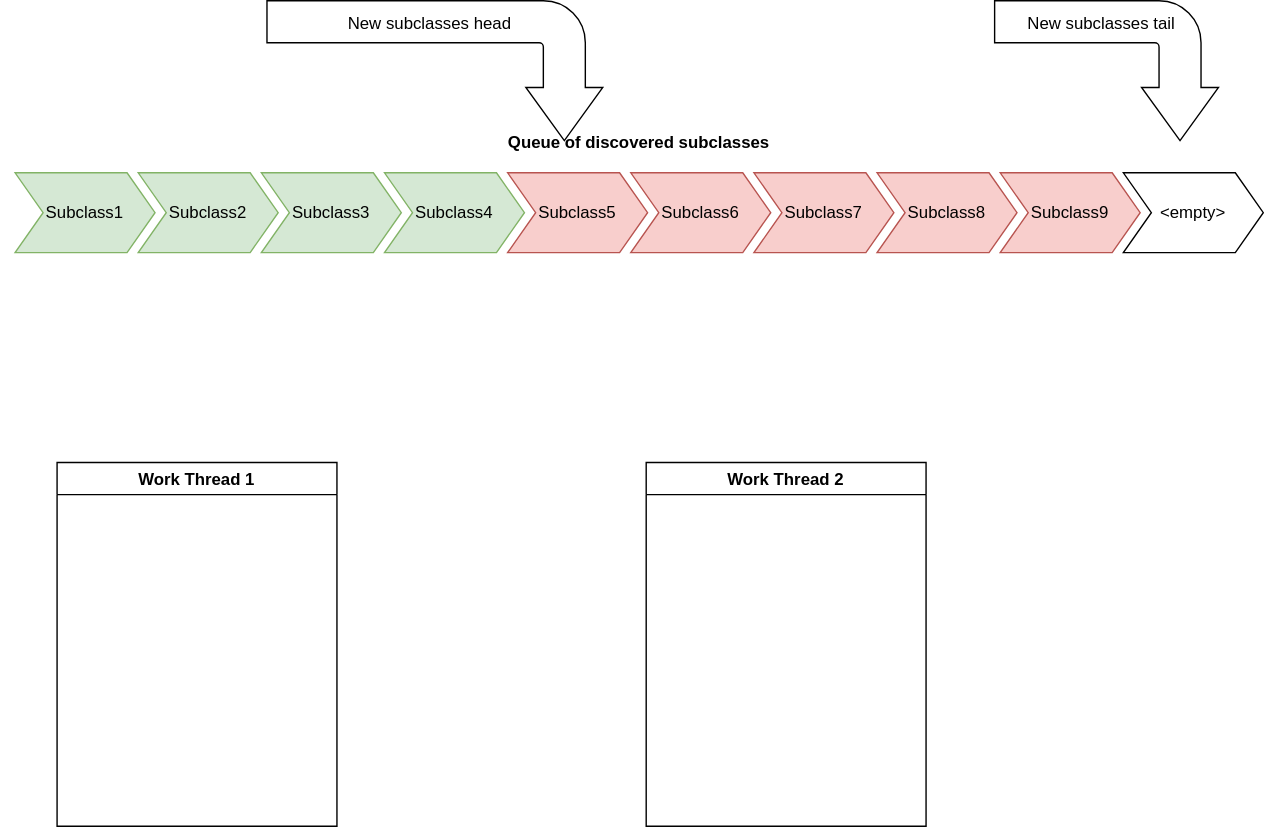
Above: assets/anim/concCollectionStep6.drawio.svg in cdracm/cdracm.github.io (draw.io), before the change. Source tidied: cells renumbered, new cells last; positions are measured from the earlier drawing's top-left corner, leaving out a move shared by most shapes. Source of this version:
```xml
<mxGraphModel>
  <root>
    <mxCell id="0" />
    <mxCell id="1" parent="0" />
    <mxCell id="2" value="Queue of discovered subclasses" style="swimlane;horizontal=1;fillColor=none;strokeColor=none;stackBorder=10;align=center;whiteSpace=wrap;html=1;" parent="1" vertex="1">
      <mxGeometry y="160" width="912" height="100" as="geometry" />
    </mxCell>
    <mxCell id="3" value="Subclass1" style="shape=step;perimeter=stepPerimeter;fixedSize=1;whiteSpace=wrap;html=1;fillColor=#d5e8d4;strokeColor=#82b366;" parent="2" vertex="1">
      <mxGeometry x="10" y="33" width="100" height="57" as="geometry" />
    </mxCell>
    <mxCell id="4" value="Subclass2" style="shape=step;perimeter=stepPerimeter;fixedSize=1;whiteSpace=wrap;html=1;fillColor=#d5e8d4;strokeColor=#82b366;" parent="2" vertex="1">
      <mxGeometry x="98" y="33" width="100" height="57" as="geometry" />
    </mxCell>
    <mxCell id="5" value="Subclass3" style="shape=step;perimeter=stepPerimeter;fixedSize=1;whiteSpace=wrap;html=1;fillColor=#d5e8d4;strokeColor=#82b366;" parent="2" vertex="1">
      <mxGeometry x="186" y="33" width="100" height="57" as="geometry" />
    </mxCell>
    <mxCell id="6" value="Subclass4" style="shape=step;perimeter=stepPerimeter;fixedSize=1;whiteSpace=wrap;html=1;fillColor=#d5e8d4;strokeColor=#82b366;" parent="2" vertex="1">
      <mxGeometry x="274" y="33" width="100" height="57" as="geometry" />
    </mxCell>
    <mxCell id="7" value="Subclass5" style="shape=step;perimeter=stepPerimeter;fixedSize=1;whiteSpace=wrap;html=1;fillColor=#f8cecc;strokeColor=#b85450;" parent="2" vertex="1">
      <mxGeometry x="362" y="33" width="100" height="57" as="geometry" />
    </mxCell>
    <mxCell id="8" value="Subclass6" style="shape=step;perimeter=stepPerimeter;fixedSize=1;whiteSpace=wrap;html=1;fillColor=#f8cecc;strokeColor=#b85450;" parent="2" vertex="1">
      <mxGeometry x="450" y="33" width="100" height="57" as="geometry" />
    </mxCell>
    <mxCell id="9" value="Subclass7" style="shape=step;perimeter=stepPerimeter;fixedSize=1;whiteSpace=wrap;html=1;fillColor=#f8cecc;strokeColor=#b85450;" parent="2" vertex="1">
      <mxGeometry x="538" y="33" width="100" height="57" as="geometry" />
    </mxCell>
    <mxCell id="10" value="Subclass8" style="shape=step;perimeter=stepPerimeter;fixedSize=1;whiteSpace=wrap;html=1;fillColor=#f8cecc;strokeColor=#b85450;" parent="2" vertex="1">
      <mxGeometry x="626" y="33" width="100" height="57" as="geometry" />
    </mxCell>
    <mxCell id="11" value="Subclass9" style="shape=step;perimeter=stepPerimeter;fixedSize=1;whiteSpace=wrap;html=1;fillColor=#f8cecc;strokeColor=#b85450;" parent="2" vertex="1">
      <mxGeometry x="714" y="33" width="100" height="57" as="geometry" />
    </mxCell>
    <mxCell id="12" value="&amp;lt;empty&amp;gt;" style="shape=step;perimeter=stepPerimeter;fixedSize=1;whiteSpace=wrap;html=1;" parent="2" vertex="1">
      <mxGeometry x="802" y="33" width="100" height="57" as="geometry" />
    </mxCell>
    <mxCell id="13" value="New subclasses head" style="html=1;shadow=0;dashed=0;align=center;verticalAlign=middle;shape=mxgraph.arrows2.bendArrow;dy=15;dx=38;notch=0;arrowHead=55;rounded=1;rotation=90;horizontal=0;spacingRight=9;spacingBottom=66;" parent="1" vertex="1">
      <mxGeometry x="260" width="100" height="240" as="geometry" />
    </mxCell>
    <mxCell id="14" value="New subclasses tail" style="html=1;shadow=0;dashed=0;align=center;verticalAlign=middle;shape=mxgraph.arrows2.bendArrow;dy=15;dx=38;notch=0;arrowHead=55;rounded=1;rotation=90;horizontal=0;spacingRight=9;spacingBottom=66;flipH=0;flipV=0;" parent="1" vertex="1">
      <mxGeometry x="740" y="40" width="100" height="160" as="geometry" />
    </mxCell>
    <mxCell id="15" value="Work Thread 1" style="swimlane;" parent="1" vertex="1">
      <mxGeometry x="40" y="400" width="200" height="260" as="geometry" />
    </mxCell>
    <mxCell id="16" value="Work Thread 2" style="swimlane;" parent="1" vertex="1">
      <mxGeometry x="461" y="400" width="200" height="260" as="geometry" />
    </mxCell>
  </root>
</mxGraphModel>
```
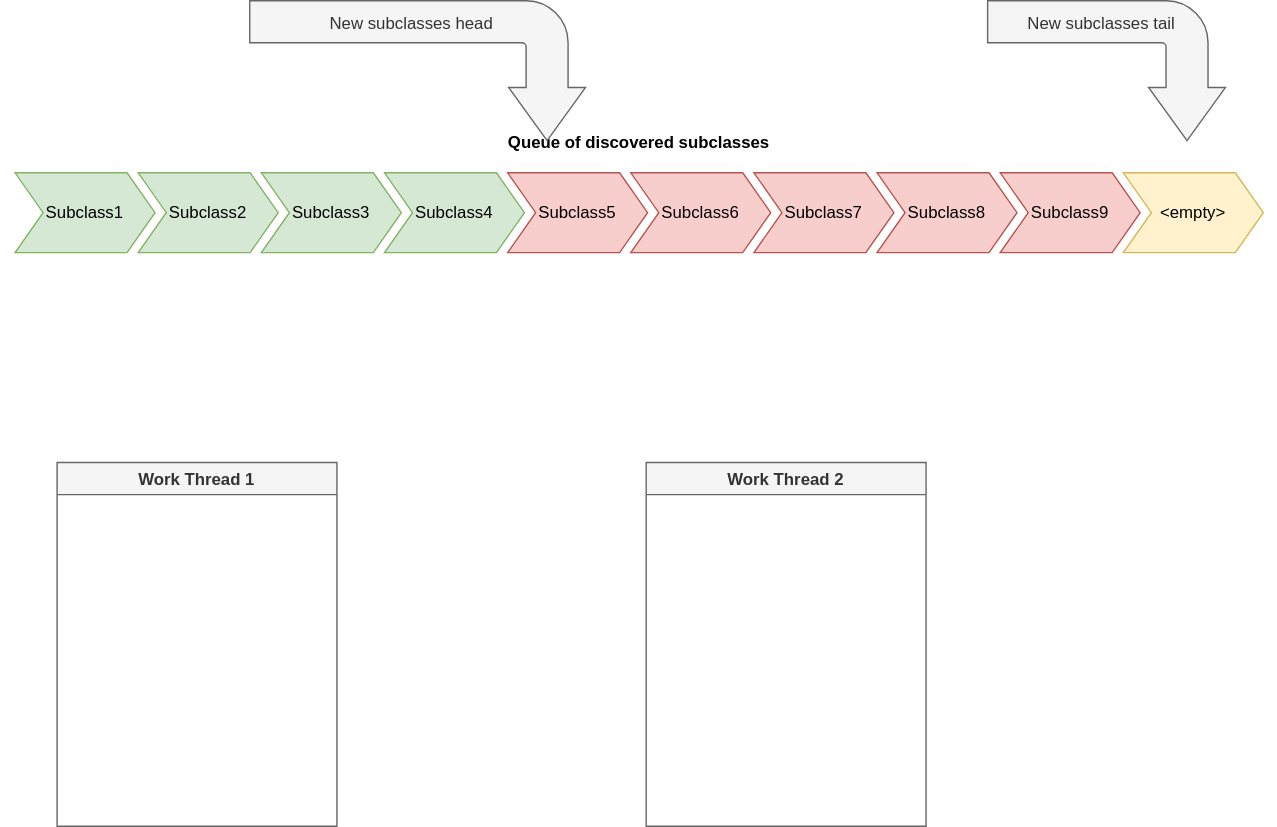
After the change.

Diff of the diagram source:
```diff
@@ -2,49 +2,49 @@
   <root>
     <mxCell id="0" />
     <mxCell id="1" parent="0" />
-    <mxCell id="2" value="Queue of discovered subclasses" style="swimlane;horizontal=1;fillColor=none;strokeColor=none;stackBorder=10;align=center;whiteSpace=wrap;html=1;" parent="1" vertex="1">
+    <mxCell id="2" value="Queue of discovered subclasses" style="swimlane;horizontal=1;fillColor=none;strokeColor=none;stackBorder=10;align=center;whiteSpace=wrap;html=1;labelBackgroundColor=default;spacingBottom=0;labelPosition=center;verticalLabelPosition=middle;verticalAlign=middle;" parent="1" vertex="1">
       <mxGeometry y="160" width="912" height="100" as="geometry" />
     </mxCell>
-    <mxCell id="3" value="Subclass1" style="shape=step;perimeter=stepPerimeter;fixedSize=1;whiteSpace=wrap;html=1;fillColor=#d5e8d4;strokeColor=#82b366;" parent="2" vertex="1">
+    <mxCell id="3" value="Subclass1" style="shape=step;perimeter=stepPerimeter;fixedSize=1;whiteSpace=wrap;html=1;fillColor=#d5e8d4;strokeColor=#82b366;labelBackgroundColor=none;" parent="2" vertex="1">
       <mxGeometry x="10" y="33" width="100" height="57" as="geometry" />
     </mxCell>
-    <mxCell id="4" value="Subclass2" style="shape=step;perimeter=stepPerimeter;fixedSize=1;whiteSpace=wrap;html=1;fillColor=#d5e8d4;strokeColor=#82b366;" parent="2" vertex="1">
+    <mxCell id="4" value="Subclass2" style="shape=step;perimeter=stepPerimeter;fixedSize=1;whiteSpace=wrap;html=1;fillColor=#d5e8d4;strokeColor=#82b366;labelBackgroundColor=none;" parent="2" vertex="1">
       <mxGeometry x="98" y="33" width="100" height="57" as="geometry" />
     </mxCell>
-    <mxCell id="5" value="Subclass3" style="shape=step;perimeter=stepPerimeter;fixedSize=1;whiteSpace=wrap;html=1;fillColor=#d5e8d4;strokeColor=#82b366;" parent="2" vertex="1">
+    <mxCell id="5" value="Subclass3" style="shape=step;perimeter=stepPerimeter;fixedSize=1;whiteSpace=wrap;html=1;fillColor=#d5e8d4;strokeColor=#82b366;labelBackgroundColor=none;" parent="2" vertex="1">
       <mxGeometry x="186" y="33" width="100" height="57" as="geometry" />
     </mxCell>
-    <mxCell id="6" value="Subclass4" style="shape=step;perimeter=stepPerimeter;fixedSize=1;whiteSpace=wrap;html=1;fillColor=#d5e8d4;strokeColor=#82b366;" parent="2" vertex="1">
+    <mxCell id="6" value="Subclass4" style="shape=step;perimeter=stepPerimeter;fixedSize=1;whiteSpace=wrap;html=1;fillColor=#d5e8d4;strokeColor=#82b366;labelBackgroundColor=none;" parent="2" vertex="1">
       <mxGeometry x="274" y="33" width="100" height="57" as="geometry" />
     </mxCell>
-    <mxCell id="7" value="Subclass5" style="shape=step;perimeter=stepPerimeter;fixedSize=1;whiteSpace=wrap;html=1;fillColor=#f8cecc;strokeColor=#b85450;" parent="2" vertex="1">
+    <mxCell id="7" value="Subclass5" style="shape=step;perimeter=stepPerimeter;fixedSize=1;whiteSpace=wrap;html=1;fillColor=#f8cecc;strokeColor=#b85450;labelBackgroundColor=none;" parent="2" vertex="1">
       <mxGeometry x="362" y="33" width="100" height="57" as="geometry" />
     </mxCell>
-    <mxCell id="8" value="Subclass6" style="shape=step;perimeter=stepPerimeter;fixedSize=1;whiteSpace=wrap;html=1;fillColor=#f8cecc;strokeColor=#b85450;" parent="2" vertex="1">
+    <mxCell id="8" value="Subclass6" style="shape=step;perimeter=stepPerimeter;fixedSize=1;whiteSpace=wrap;html=1;fillColor=#f8cecc;strokeColor=#b85450;labelBackgroundColor=none;" parent="2" vertex="1">
       <mxGeometry x="450" y="33" width="100" height="57" as="geometry" />
     </mxCell>
-    <mxCell id="9" value="Subclass7" style="shape=step;perimeter=stepPerimeter;fixedSize=1;whiteSpace=wrap;html=1;fillColor=#f8cecc;strokeColor=#b85450;" parent="2" vertex="1">
+    <mxCell id="9" value="Subclass7" style="shape=step;perimeter=stepPerimeter;fixedSize=1;whiteSpace=wrap;html=1;labelBackgroundColor=none;convertToSvg=0;fillColor=#f8cecc;strokeColor=#b85450;" parent="2" vertex="1">
       <mxGeometry x="538" y="33" width="100" height="57" as="geometry" />
     </mxCell>
-    <mxCell id="10" value="Subclass8" style="shape=step;perimeter=stepPerimeter;fixedSize=1;whiteSpace=wrap;html=1;fillColor=#f8cecc;strokeColor=#b85450;" parent="2" vertex="1">
+    <mxCell id="10" value="Subclass8" style="shape=step;perimeter=stepPerimeter;fixedSize=1;whiteSpace=wrap;html=1;labelBackgroundColor=none;fillColor=#f8cecc;strokeColor=#b85450;" parent="2" vertex="1">
       <mxGeometry x="626" y="33" width="100" height="57" as="geometry" />
     </mxCell>
-    <mxCell id="11" value="Subclass9" style="shape=step;perimeter=stepPerimeter;fixedSize=1;whiteSpace=wrap;html=1;fillColor=#f8cecc;strokeColor=#b85450;" parent="2" vertex="1">
+    <mxCell id="11" value="Subclass9" style="shape=step;perimeter=stepPerimeter;fixedSize=1;whiteSpace=wrap;html=1;labelBackgroundColor=none;fillColor=#f8cecc;strokeColor=#b85450;" parent="2" vertex="1">
       <mxGeometry x="714" y="33" width="100" height="57" as="geometry" />
     </mxCell>
-    <mxCell id="12" value="&amp;lt;empty&amp;gt;" style="shape=step;perimeter=stepPerimeter;fixedSize=1;whiteSpace=wrap;html=1;" parent="2" vertex="1">
+    <mxCell id="12" value="&amp;lt;empty&amp;gt;" style="shape=step;perimeter=stepPerimeter;fixedSize=1;whiteSpace=wrap;html=1;labelBackgroundColor=none;fillColor=#fff2cc;strokeColor=#d6b656;" parent="2" vertex="1">
       <mxGeometry x="802" y="33" width="100" height="57" as="geometry" />
     </mxCell>
-    <mxCell id="13" value="New subclasses head" style="html=1;shadow=0;dashed=0;align=center;verticalAlign=middle;shape=mxgraph.arrows2.bendArrow;dy=15;dx=38;notch=0;arrowHead=55;rounded=1;rotation=90;horizontal=0;spacingRight=9;spacingBottom=66;" parent="1" vertex="1">
-      <mxGeometry x="260" width="100" height="240" as="geometry" />
+    <mxCell id="13" value="&lt;span&gt;New subclasses head&lt;/span&gt;" style="html=1;shadow=0;dashed=0;align=center;verticalAlign=middle;shape=mxgraph.arrows2.bendArrow;dy=15;dx=38;notch=0;arrowHead=55;rounded=1;rotation=90;horizontal=0;spacingRight=9;spacingBottom=66;labelBackgroundColor=none;fillStyle=solid;fillColor=#f5f5f5;fontColor=#333333;strokeColor=#666666;" parent="1" vertex="1">
+      <mxGeometry x="247.7" width="100" height="240" as="geometry" />
     </mxCell>
-    <mxCell id="14" value="New subclasses tail" style="html=1;shadow=0;dashed=0;align=center;verticalAlign=middle;shape=mxgraph.arrows2.bendArrow;dy=15;dx=38;notch=0;arrowHead=55;rounded=1;rotation=90;horizontal=0;spacingRight=9;spacingBottom=66;flipH=0;flipV=0;" parent="1" vertex="1">
-      <mxGeometry x="740" y="40" width="100" height="160" as="geometry" />
+    <mxCell id="14" value="&lt;span&gt;New subclasses tail&lt;/span&gt;" style="html=1;shadow=0;dashed=0;align=center;verticalAlign=middle;shape=mxgraph.arrows2.bendArrow;dy=15;dx=38;notch=0;arrowHead=55;rounded=1;rotation=90;horizontal=0;spacingRight=9;spacingBottom=66;flipH=0;flipV=0;labelBackgroundColor=none;fillColor=#f5f5f5;fontColor=#333333;strokeColor=#666666;fillStyle=solid;" parent="1" vertex="1">
+      <mxGeometry x="740" y="35" width="100" height="170" as="geometry" />
     </mxCell>
-    <mxCell id="15" value="Work Thread 1" style="swimlane;" parent="1" vertex="1">
+    <mxCell id="15" value="Work Thread 1" style="swimlane;labelBackgroundColor=none;swimlaneFillColor=none;fillColor=#f5f5f5;fontColor=#333333;strokeColor=#666666;" parent="1" vertex="1">
       <mxGeometry x="40" y="400" width="200" height="260" as="geometry" />
     </mxCell>
-    <mxCell id="16" value="Work Thread 2" style="swimlane;" parent="1" vertex="1">
+    <mxCell id="16" value="Work Thread 2" style="swimlane;labelBackgroundColor=none;fillColor=#f5f5f5;fontColor=#333333;strokeColor=#666666;" parent="1" vertex="1">
       <mxGeometry x="461" y="400" width="200" height="260" as="geometry" />
     </mxCell>
   </root>
```
